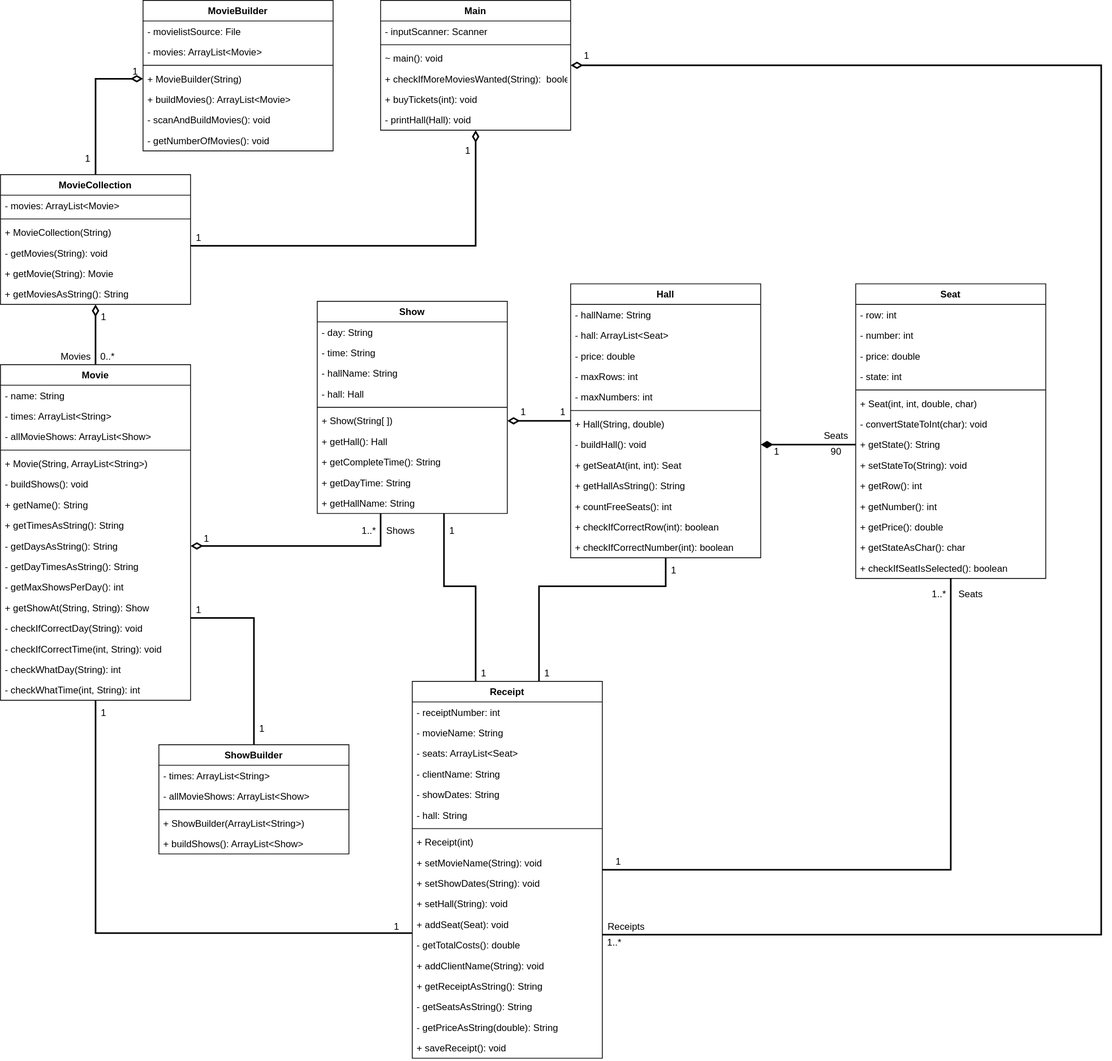
andypsil0n/cineregister22 keeps this draw.io diagram as CineRegister22_UML.svg. Above is the earlier version. Source tidied: cells renumbered, new cells last; positions are measured from the earlier drawing's top-left corner, leaving out a move shared by most shapes.
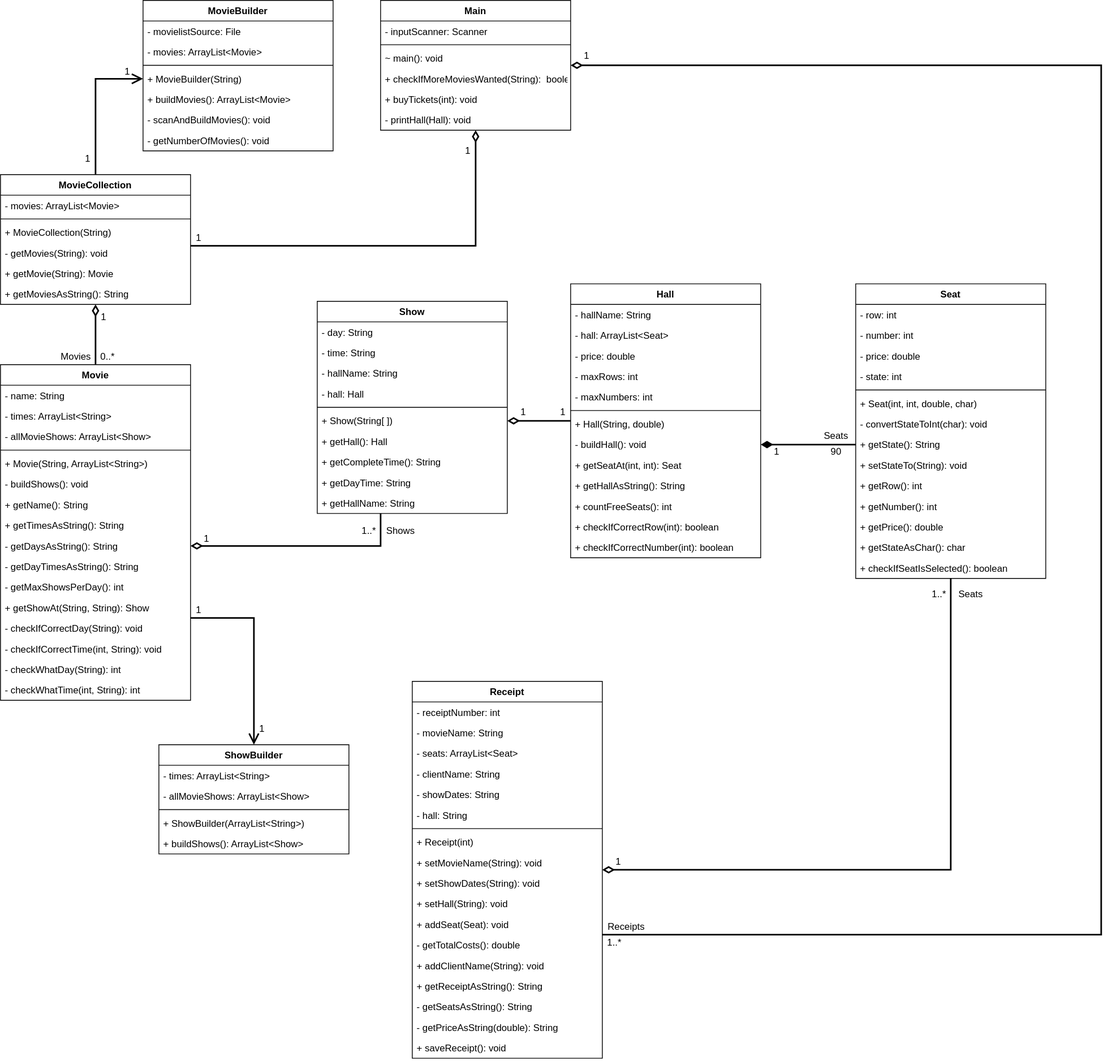
After the commit.

What changed in the source:
```diff
@@ -41,7 +41,7 @@
     <mxCell id="11" style="edgeStyle=orthogonalEdgeStyle;rounded=0;jettySize=auto;html=1;entryX=0.5;entryY=0;entryDx=0;entryDy=0;startArrow=diamondThin;startFill=0;endArrow=none;endFill=0;startSize=10;endSize=10;sourcePerimeterSpacing=0;targetPerimeterSpacing=0;strokeWidth=2;" parent="1" edge="1" source="13" target="21">
       <mxGeometry relative="1" as="geometry" />
     </mxCell>
-    <mxCell id="12" style="edgeStyle=orthogonalEdgeStyle;rounded=0;jettySize=auto;html=1;entryX=0;entryY=0.5;entryDx=0;entryDy=0;startArrow=none;startFill=0;endArrow=diamondThin;endFill=0;startSize=10;endSize=10;sourcePerimeterSpacing=0;targetPerimeterSpacing=0;strokeWidth=2;" parent="1" edge="1" source="13" target="42">
+    <mxCell id="12" style="edgeStyle=orthogonalEdgeStyle;rounded=0;jettySize=auto;html=1;entryX=0;entryY=0.5;entryDx=0;entryDy=0;startArrow=none;startFill=0;endArrow=open;endFill=0;startSize=10;endSize=10;sourcePerimeterSpacing=0;targetPerimeterSpacing=0;strokeWidth=2;" parent="1" edge="1" source="13" target="42">
       <mxGeometry relative="1" as="geometry" />
     </mxCell>
     <mxCell id="13" value="MovieCollection" style="swimlane;fontStyle=1;align=center;verticalAlign=top;horizontal=1;startSize=26;" parent="1" vertex="1">
@@ -65,13 +65,6 @@
     <mxCell id="19" value="+ getMoviesAsString(): String" style="text;strokeColor=none;fillColor=none;align=left;verticalAlign=top;spacingLeft=4;spacingRight=4;overflow=hidden;html=0;" parent="13" vertex="1">
       <mxGeometry y="138" width="240" height="26" as="geometry" />
     </mxCell>
-    <mxCell id="20" style="edgeStyle=orthogonalEdgeStyle;rounded=0;jettySize=auto;html=1;startArrow=none;startFill=0;endArrow=none;endFill=0;startSize=10;endSize=6;sourcePerimeterSpacing=0;targetPerimeterSpacing=0;strokeWidth=2;" parent="1" edge="1" source="21" target="96">
-      <mxGeometry relative="1" as="geometry">
-        <Array as="points">
-          <mxPoint x="120" y="1178" />
-        </Array>
-      </mxGeometry>
-    </mxCell>
     <mxCell id="21" value="Movie" style="swimlane;fontStyle=1;align=center;verticalAlign=top;horizontal=1;startSize=26;" parent="1" vertex="1">
       <mxGeometry y="460" width="240" height="424" as="geometry" />
     </mxCell>
@@ -180,7 +173,7 @@
     <mxCell id="56" value="+ getHallName: String" style="text;strokeColor=none;fillColor=none;align=left;verticalAlign=top;spacingLeft=4;spacingRight=4;overflow=hidden;html=0;" parent="46" vertex="1">
       <mxGeometry y="242" width="240" height="26" as="geometry" />
     </mxCell>
-    <mxCell id="57" style="edgeStyle=orthogonalEdgeStyle;rounded=0;jettySize=auto;html=1;startArrow=none;startFill=0;endArrow=none;endFill=0;startSize=10;endSize=6;sourcePerimeterSpacing=0;targetPerimeterSpacing=0;strokeWidth=2;" parent="1" edge="1" source="58" target="21">
+    <mxCell id="57" style="edgeStyle=orthogonalEdgeStyle;rounded=0;jettySize=auto;html=1;startArrow=open;startFill=0;endArrow=none;endFill=0;startSize=10;endSize=6;sourcePerimeterSpacing=0;targetPerimeterSpacing=0;strokeWidth=2;" parent="1" edge="1" source="58" target="21">
       <mxGeometry relative="1" as="geometry">
         <Array as="points">
           <mxPoint x="320" y="780" />
@@ -292,23 +285,7 @@
     <mxCell id="92" value="+ checkIfSeatIsSelected(): boolean" style="text;strokeColor=none;fillColor=none;align=left;verticalAlign=top;spacingLeft=4;spacingRight=4;overflow=hidden;html=0;" parent="78" vertex="1">
       <mxGeometry y="346" width="240" height="26" as="geometry" />
     </mxCell>
-    <mxCell id="93" style="edgeStyle=orthogonalEdgeStyle;rounded=0;jettySize=auto;html=1;startArrow=none;startFill=0;endArrow=none;endFill=0;startSize=10;endSize=6;sourcePerimeterSpacing=0;targetPerimeterSpacing=0;strokeWidth=2;" parent="1" edge="1" source="96" target="46">
-      <mxGeometry relative="1" as="geometry">
-        <Array as="points">
-          <mxPoint x="600" y="740" />
-          <mxPoint x="560" y="740" />
-        </Array>
-      </mxGeometry>
-    </mxCell>
-    <mxCell id="94" style="edgeStyle=orthogonalEdgeStyle;rounded=0;jettySize=auto;html=1;startArrow=none;startFill=0;endArrow=none;endFill=0;startSize=10;endSize=6;sourcePerimeterSpacing=0;targetPerimeterSpacing=0;strokeWidth=2;" parent="1" edge="1" source="96" target="64">
-      <mxGeometry relative="1" as="geometry">
-        <Array as="points">
-          <mxPoint x="680" y="740" />
-          <mxPoint x="840" y="740" />
-        </Array>
-      </mxGeometry>
-    </mxCell>
-    <mxCell id="95" style="edgeStyle=orthogonalEdgeStyle;rounded=0;jettySize=auto;html=1;startArrow=none;startFill=0;endArrow=none;endFill=0;startSize=10;endSize=6;sourcePerimeterSpacing=0;targetPerimeterSpacing=0;strokeWidth=2;" parent="1" edge="1" source="96" target="78">
+    <mxCell id="95" style="edgeStyle=orthogonalEdgeStyle;rounded=0;jettySize=auto;html=1;startArrow=diamondThin;startFill=0;endArrow=none;endFill=0;startSize=10;endSize=6;sourcePerimeterSpacing=0;targetPerimeterSpacing=0;strokeWidth=2;" parent="1" edge="1" source="96" target="78">
       <mxGeometry relative="1" as="geometry" />
     </mxCell>
     <mxCell id="96" value="Receipt" style="swimlane;fontStyle=1;align=center;verticalAlign=top;horizontal=1;startSize=26;" parent="1" vertex="1">
@@ -374,7 +351,7 @@
     <mxCell id="116" style="edgeStyle=orthogonalEdgeStyle;rounded=0;jettySize=auto;html=1;startArrow=diamondThin;startFill=0;endArrow=none;endFill=0;startSize=10;endSize=6;sourcePerimeterSpacing=0;targetPerimeterSpacing=0;strokeWidth=2;" parent="1" edge="1" source="52" target="64">
       <mxGeometry relative="1" as="geometry" />
     </mxCell>
-    <mxCell id="117" style="edgeStyle=orthogonalEdgeStyle;rounded=0;jettySize=auto;html=1;startArrow=diamondThin;startFill=0;endArrow=none;endFill=0;startSize=10;endSize=6;sourcePerimeterSpacing=0;targetPerimeterSpacing=0;strokeWidth=2;" parent="1" edge="1" source="30" target="46">
+    <mxCell id="117" style="edgeStyle=orthogonalEdgeStyle;rounded=0;jettySize=auto;html=1;startArrow=diamondThin;startFill=0;endArrow=none;endFill=0;startSize=10;endSize=10;sourcePerimeterSpacing=0;targetPerimeterSpacing=0;strokeWidth=2;" parent="1" edge="1" source="30" target="46">
       <mxGeometry relative="1" as="geometry">
         <Array as="points">
           <mxPoint x="480" y="689" />
@@ -387,27 +364,9 @@
     <mxCell id="119" value="1" style="text;html=1;align=center;verticalAlign=middle;strokeColor=none;fillColor=none;" parent="1" vertex="1">
       <mxGeometry x="320" y="910" width="20" height="20" as="geometry" />
     </mxCell>
-    <mxCell id="120" value="1" style="text;html=1;align=center;verticalAlign=middle;strokeColor=none;fillColor=none;" parent="1" vertex="1">
-      <mxGeometry x="600" y="840" width="20" height="20" as="geometry" />
-    </mxCell>
-    <mxCell id="121" value="1" style="text;html=1;align=center;verticalAlign=middle;strokeColor=none;fillColor=none;" parent="1" vertex="1">
-      <mxGeometry x="680" y="840" width="20" height="20" as="geometry" />
-    </mxCell>
-    <mxCell id="122" value="1" style="text;html=1;align=center;verticalAlign=middle;strokeColor=none;fillColor=none;" parent="1" vertex="1">
-      <mxGeometry x="490" y="1160" width="20" height="20" as="geometry" />
-    </mxCell>
     <mxCell id="123" value="1" style="text;html=1;align=center;verticalAlign=middle;strokeColor=none;fillColor=none;" parent="1" vertex="1">
       <mxGeometry x="770" y="1078" width="20" height="20" as="geometry" />
     </mxCell>
-    <mxCell id="124" value="1" style="text;html=1;align=center;verticalAlign=middle;strokeColor=none;fillColor=none;" parent="1" vertex="1">
-      <mxGeometry x="120" y="890" width="20" height="20" as="geometry" />
-    </mxCell>
-    <mxCell id="125" value="1" style="text;html=1;align=center;verticalAlign=middle;strokeColor=none;fillColor=none;" parent="1" vertex="1">
-      <mxGeometry x="560" y="660" width="20" height="20" as="geometry" />
-    </mxCell>
-    <mxCell id="126" value="1" style="text;html=1;align=center;verticalAlign=middle;strokeColor=none;fillColor=none;" parent="1" vertex="1">
-      <mxGeometry x="840" y="710" width="20" height="20" as="geometry" />
-    </mxCell>
     <mxCell id="127" value="1..*" style="text;html=1;align=center;verticalAlign=middle;strokeColor=none;fillColor=none;" parent="1" vertex="1">
       <mxGeometry x="1170" y="740" width="30" height="20" as="geometry" />
     </mxCell>
@@ -439,7 +398,7 @@
       <mxGeometry x="100" y="190" width="20" height="20" as="geometry" />
     </mxCell>
     <mxCell id="137" value="1" style="text;html=1;align=center;verticalAlign=middle;strokeColor=none;fillColor=none;" parent="1" vertex="1">
-      <mxGeometry x="160" y="80" width="20" height="20" as="geometry" />
+      <mxGeometry x="150" y="80" width="20" height="20" as="geometry" />
     </mxCell>
     <mxCell id="138" value="Movies" style="text;html=1;align=center;verticalAlign=middle;strokeColor=none;fillColor=none;" parent="1" vertex="1">
       <mxGeometry x="70" y="440" width="50" height="20" as="geometry" />
```
